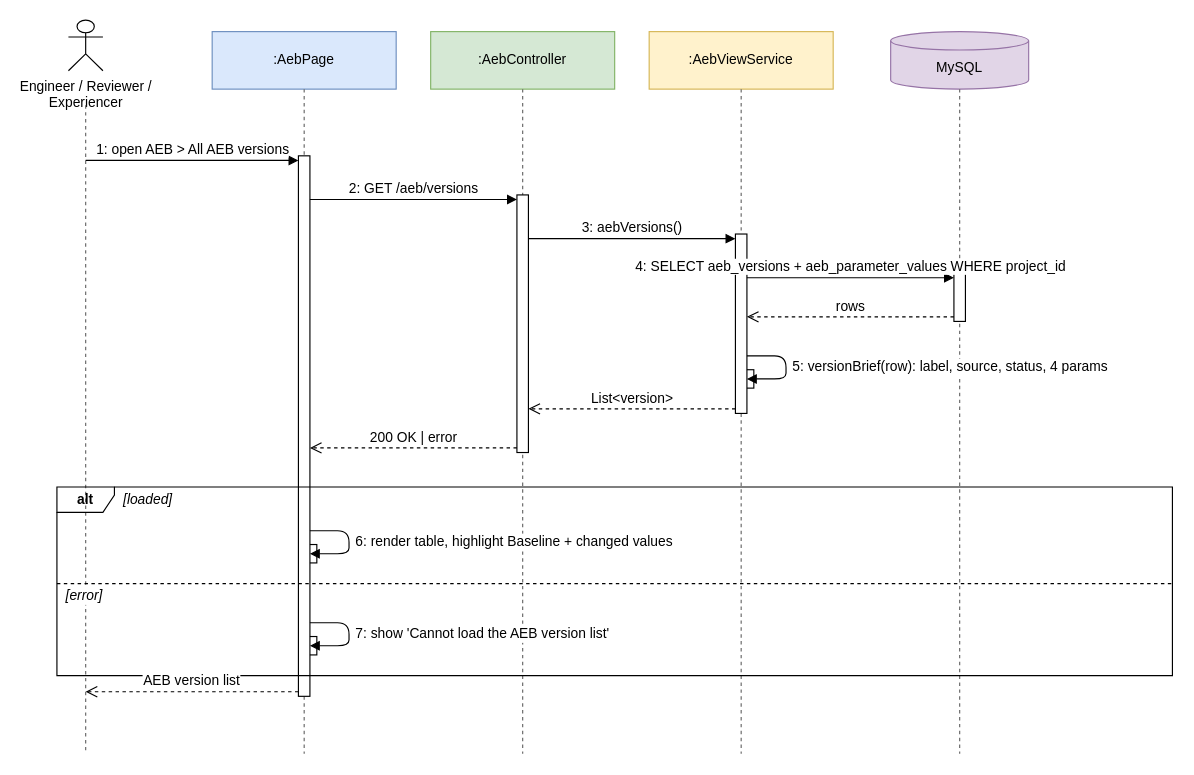
Menakanchi/SEP490-FA26-G15 keeps this draw.io diagram as docs/report/diagrams/fe09-11/fe10-list-aeb-configurations.drawio. Above is the earlier version. Source tidied: cells renumbered, new cells numbered last; positions are measured from the earlier drawing's top-left corner, leaving out a move shared by most shapes. Both pictures are drawn from the tidied source at 115%, with x=0, y=0 at pixel (56, 20).
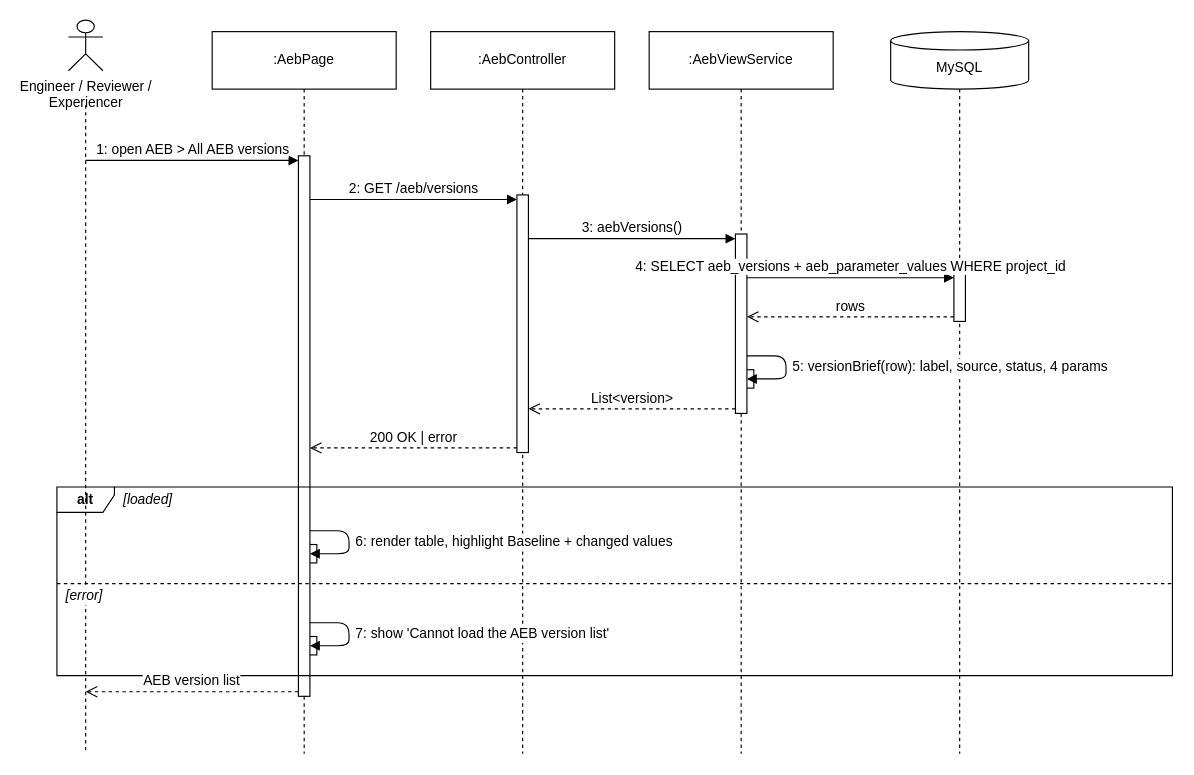
The same page after the edit.

Diff of the diagram source:
```diff
@@
-    <mxCell id="3" style="endArrow=none;dashed=1;html=1;strokeColor=#666666;" parent="1" edge="1">
+    <mxCell id="3" style="endArrow=none;dashed=1;html=1;strokeColor=#000000;" parent="1" edge="1">
       <mxGeometry relative="1" as="geometry">
         <mxPoint x="25" y="74" as="sourcePoint" />
         <mxPoint x="25" y="638" as="targetPoint" />
       </mxGeometry>
     </mxCell>
-    <mxCell id="4" value=":AebPage" style="fontFamily=Helvetica;fontSize=12;rounded=0;whiteSpace=wrap;html=1;fillColor=#dae8fc;strokeColor=#6c8ebf;fontStyle=0;" parent="1" vertex="1">
+    <mxCell id="4" value=":AebPage" style="fontFamily=Helvetica;fontSize=12;rounded=0;whiteSpace=wrap;html=1;fillColor=#ffffff;strokeColor=#000000;fontStyle=0;" parent="1" vertex="1">
       <mxGeometry x="135" y="10" width="160" height="50" as="geometry" />
     </mxCell>
-    <mxCell id="5" style="endArrow=none;dashed=1;html=1;strokeColor=#666666;" parent="1" edge="1">
+    <mxCell id="5" style="endArrow=none;dashed=1;html=1;strokeColor=#000000;" parent="1" edge="1">
       <mxGeometry relative="1" as="geometry">
         <mxPoint x="215" y="60" as="sourcePoint" />
         <mxPoint x="215" y="638" as="targetPoint" />
       </mxGeometry>
     </mxCell>
-    <mxCell id="6" value=":AebController" style="fontFamily=Helvetica;fontSize=12;rounded=0;whiteSpace=wrap;html=1;fillColor=#d5e8d4;strokeColor=#82b366;fontStyle=0;" parent="1" vertex="1">
+    <mxCell id="6" value=":AebController" style="fontFamily=Helvetica;fontSize=12;rounded=0;whiteSpace=wrap;html=1;fillColor=#ffffff;strokeColor=#000000;fontStyle=0;" parent="1" vertex="1">
       <mxGeometry x="325" y="10" width="160" height="50" as="geometry" />
     </mxCell>
-    <mxCell id="7" style="endArrow=none;dashed=1;html=1;strokeColor=#666666;" parent="1" edge="1">
+    <mxCell id="7" style="endArrow=none;dashed=1;html=1;strokeColor=#000000;" parent="1" edge="1">
       <mxGeometry relative="1" as="geometry">
         <mxPoint x="405" y="60" as="sourcePoint" />
         <mxPoint x="405" y="638" as="targetPoint" />
       </mxGeometry>
     </mxCell>
-    <mxCell id="8" value=":AebViewService" style="fontFamily=Helvetica;fontSize=12;rounded=0;whiteSpace=wrap;html=1;fillColor=#fff2cc;strokeColor=#d6b656;fontStyle=0;" parent="1" vertex="1">
+    <mxCell id="8" value=":AebViewService" style="fontFamily=Helvetica;fontSize=12;rounded=0;whiteSpace=wrap;html=1;fillColor=#ffffff;strokeColor=#000000;fontStyle=0;" parent="1" vertex="1">
       <mxGeometry x="515" y="10" width="160" height="50" as="geometry" />
     </mxCell>
-    <mxCell id="9" style="endArrow=none;dashed=1;html=1;strokeColor=#666666;" parent="1" edge="1">
+    <mxCell id="9" style="endArrow=none;dashed=1;html=1;strokeColor=#000000;" parent="1" edge="1">
       <mxGeometry relative="1" as="geometry">
         <mxPoint x="595" y="60" as="sourcePoint" />
         <mxPoint x="595" y="638" as="targetPoint" />
       </mxGeometry>
     </mxCell>
-    <mxCell id="10" value="MySQL" style="fontFamily=Helvetica;fontSize=12;shape=cylinder3;whiteSpace=wrap;html=1;boundedLbl=1;backgroundOutline=1;size=8;fillColor=#e1d5e7;strokeColor=#9673a6;" parent="1" vertex="1">
+    <mxCell id="10" value="MySQL" style="fontFamily=Helvetica;fontSize=12;shape=cylinder3;whiteSpace=wrap;html=1;boundedLbl=1;backgroundOutline=1;size=8;fillColor=#ffffff;strokeColor=#000000;" parent="1" vertex="1">
       <mxGeometry x="725" y="10" width="120" height="50" as="geometry" />
     </mxCell>
-    <mxCell id="11" style="endArrow=none;dashed=1;html=1;strokeColor=#666666;" parent="1" edge="1">
+    <mxCell id="11" style="endArrow=none;dashed=1;html=1;strokeColor=#000000;" parent="1" edge="1">
       <mxGeometry relative="1" as="geometry">
         <mxPoint x="785" y="60" as="sourcePoint" />
         <mxPoint x="785" y="638" as="targetPoint" />
       </mxGeometry>
     </mxCell>
```
